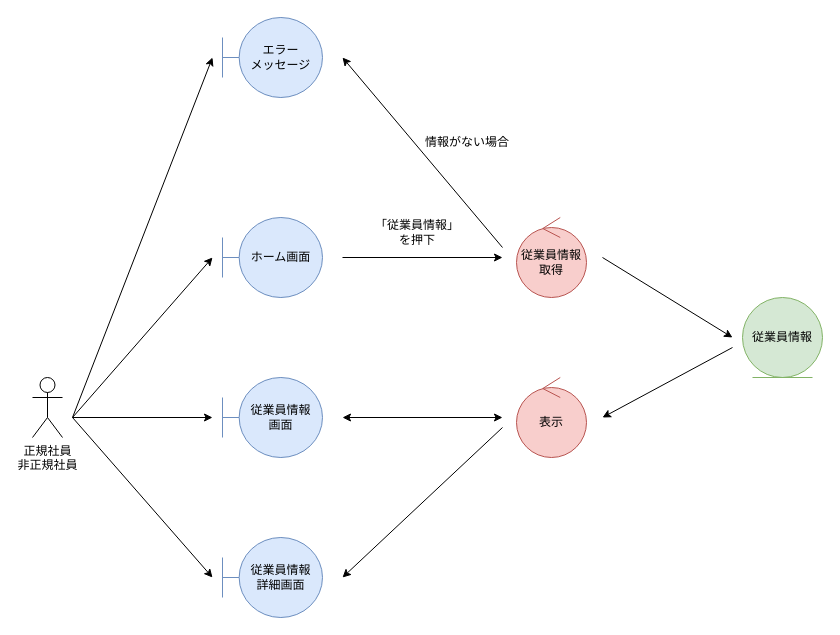
Above: page "従業員情報参照" (4 of 7) of 各種設計書/3ロバストネス図/人事管理/従業員情報管理.drawio in HaruShim/Sotuken (draw.io), before the change. Source tidied: cells renumbered, new cells numbered last; positions are measured from the earlier drawing's top-left corner, leaving out a move shared by most shapes. Both pictures are drawn from the tidied source at 100%, with x=0, y=0 at pixel (32, 17).
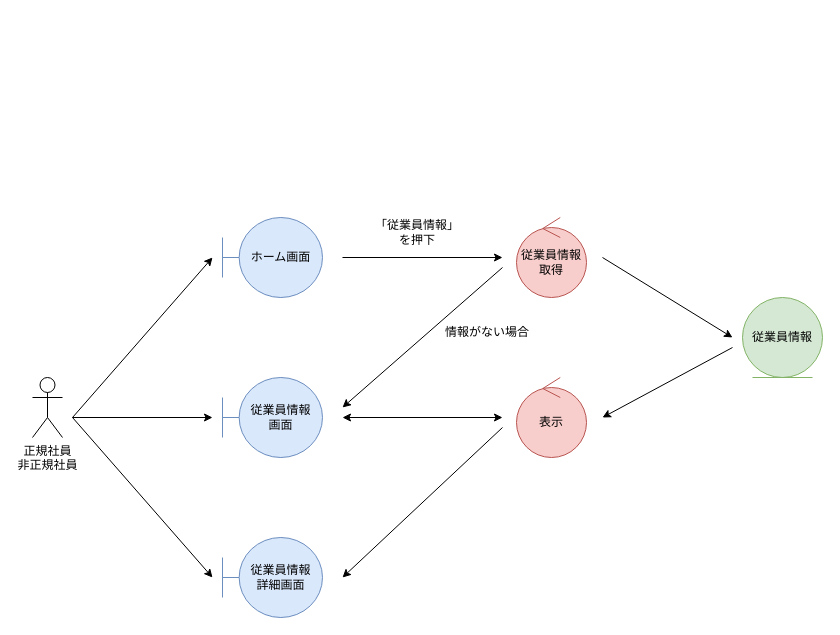
The same diagram, later.

Diff of the diagram source:
```diff
@@
-    <mxCell id="18" value="エラー&lt;br&gt;メッセージ" style="shape=umlBoundary;whiteSpace=wrap;html=1;fillColor=#dae8fc;strokeColor=#6c8ebf;" parent="1" vertex="1">
-      <mxGeometry x="190" width="100" height="80" as="geometry" />
-    </mxCell>
-    <mxCell id="19" style="endArrow=classic;html=1;rounded=0;" parent="1" edge="1">
-      <mxGeometry relative="1" as="geometry">
-        <mxPoint x="40" y="400" as="sourcePoint" />
-        <mxPoint x="180" y="40" as="targetPoint" />
-      </mxGeometry>
-    </mxCell>
     <mxCell id="20" style="endArrow=classic;html=1;rounded=0;" parent="1" edge="1">
       <mxGeometry relative="1" as="geometry">
-        <mxPoint x="470" y="230" as="sourcePoint" />
-        <mxPoint x="310" y="40" as="targetPoint" />
+        <mxPoint x="470" y="250" as="sourcePoint" />
+        <mxPoint x="310" y="390" as="targetPoint" />
       </mxGeometry>
     </mxCell>
     <mxCell id="21" value="情報がない場合" style="text;html=1;strokeColor=none;fillColor=none;align=center;verticalAlign=middle;whiteSpace=wrap;rounded=0;" parent="1" vertex="1">
-      <mxGeometry x="390" y="110" width="90" height="30" as="geometry" />
+      <mxGeometry x="410" y="300" width="90" height="30" as="geometry" />
     </mxCell>
```
